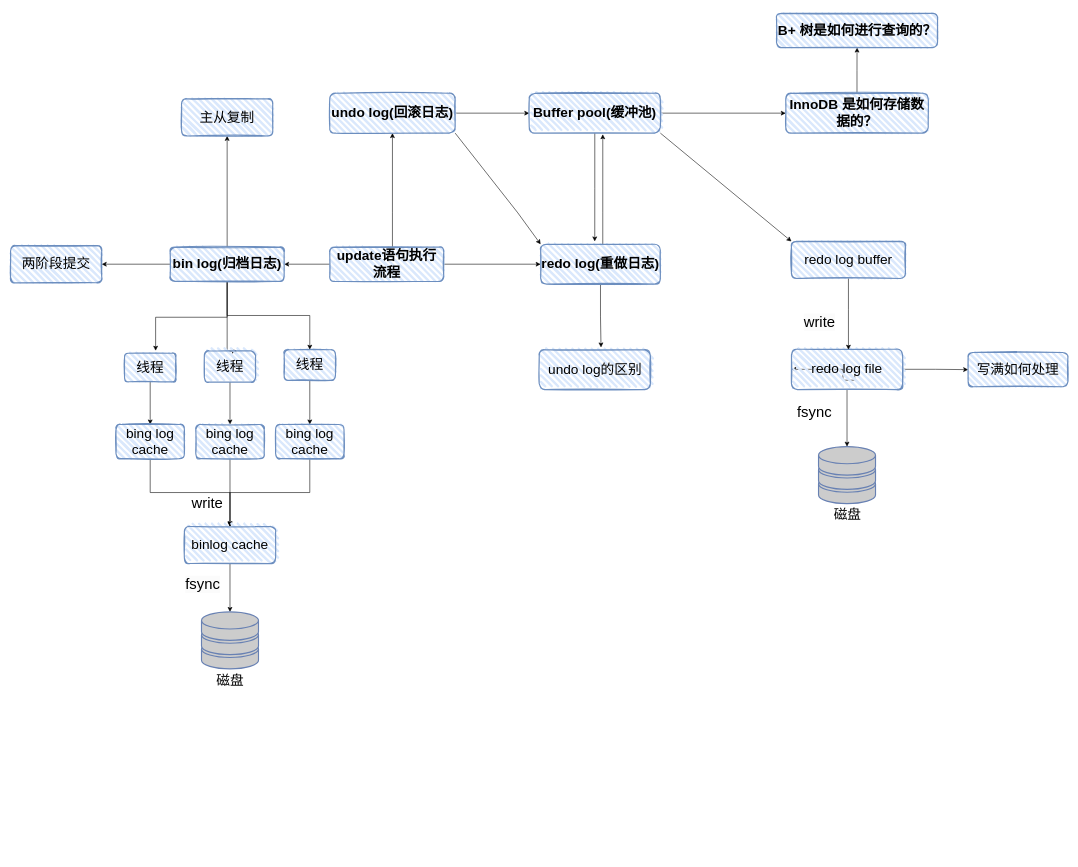
liuyaokeji/drawing keeps this draw.io diagram as MySQL/三大日志.drawio. Above is the earlier version. Source tidied: cells renumbered, new cells numbered last; positions are measured from the earlier drawing's top-left corner, leaving out a move shared by most shapes. Both pictures are drawn from the tidied source at 57%, with x=0, y=0 at pixel (10, 13).
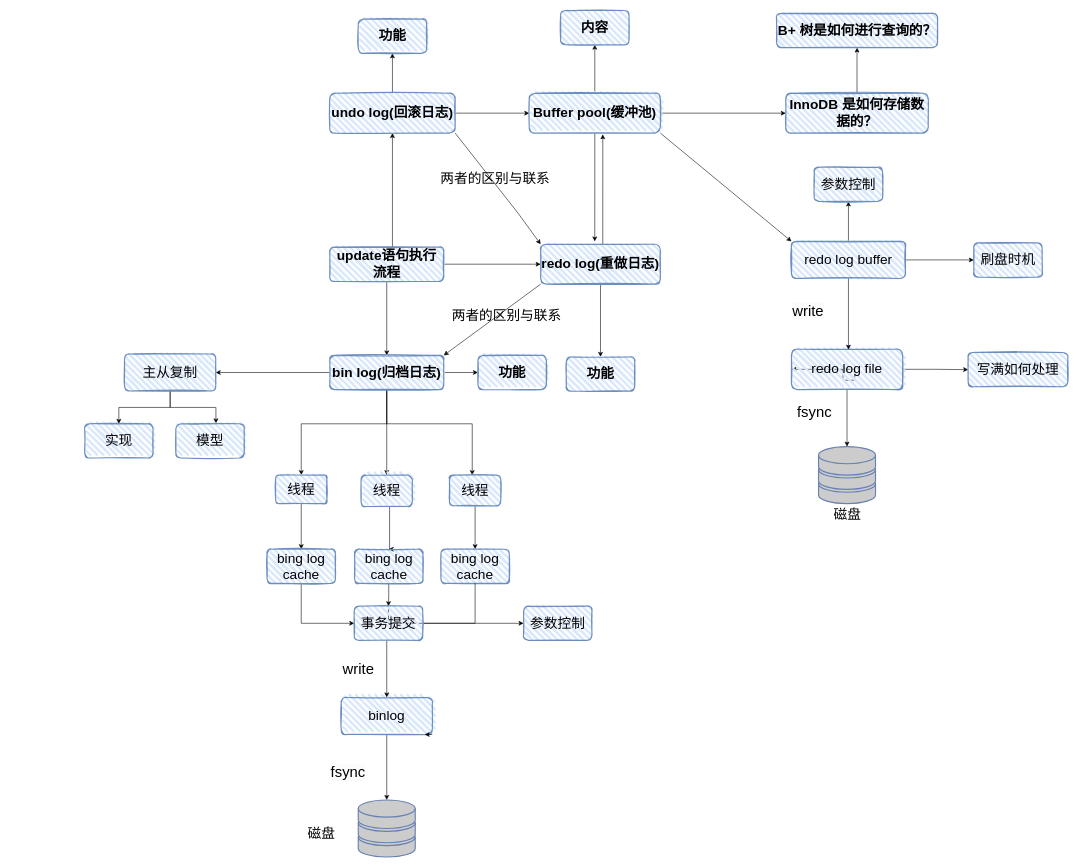
After the change.

Commit message (it also covers changes not shown here):
更新三大日志.drawio

Unchanged cells that the change refers to:
```xml
<mxCell id="5" value="update语句执行流程" style="rounded=1;whiteSpace=wrap;html=1;strokeWidth=2;fillWeight=4;hachureGap=8;hachureAngle=45;fillColor=#dae8fc;sketch=1;glass=0;strokeColor=#6c8ebf;fontSize=24;fontStyle=1;" parent="1" vertex="1">
  <mxGeometry x="560" y="410" width="200" height="60" as="geometry" />
</mxCell>
<mxCell id="7" value="undo log(回滚日志)" style="rounded=1;whiteSpace=wrap;html=1;strokeWidth=2;fillWeight=4;hachureGap=8;hachureAngle=45;fillColor=#dae8fc;sketch=1;glass=0;strokeColor=#6c8ebf;fontSize=24;fontStyle=1;" parent="1" vertex="1">
  <mxGeometry x="560" y="140" width="220" height="70" as="geometry" />
</mxCell>
<mxCell id="10" value="redo log(重做日志)" style="rounded=1;whiteSpace=wrap;html=1;strokeWidth=2;fillWeight=4;hachureGap=8;hachureAngle=45;fillColor=#dae8fc;sketch=1;glass=0;strokeColor=#6c8ebf;fontSize=24;fontStyle=1;" parent="1" vertex="1">
  <mxGeometry x="930" y="405" width="210" height="70" as="geometry" />
</mxCell>
<mxCell id="13" value="Buffer pool(缓冲池)" style="rounded=1;whiteSpace=wrap;html=1;strokeWidth=2;fillWeight=4;hachureGap=8;hachureAngle=45;fillColor=#dae8fc;sketch=1;glass=0;strokeColor=#6c8ebf;fontSize=24;fontStyle=1;" parent="1" vertex="1">
  <mxGeometry x="910" y="140" width="230" height="70" as="geometry" />
</mxCell>
<mxCell id="25" value="redo log buffer" style="whiteSpace=wrap;html=1;rounded=1;glass=0;sketch=1;fillWeight=4;hachureGap=8;hachureAngle=45;strokeColor=#6c8ebf;strokeWidth=2;fontFamily=Helvetica;fontSize=24;fontColor=default;fillColor=#dae8fc;" parent="1" vertex="1">
  <mxGeometry x="1370" y="400" width="200" height="65" as="geometry" />
</mxCell>
```

What changed in the source:
```diff
@@
-    <mxCell id="4" style="edgeStyle=orthogonalEdgeStyle;rounded=0;jettySize=auto;html=1;" parent="1" edge="1" source="5" target="34">
+    <mxCell id="4" style="edgeStyle=orthogonalEdgeStyle;rounded=0;jettySize=auto;html=1;entryX=0.5;entryY=0;entryDx=0;entryDy=0;fontSize=24;" parent="1" edge="1" source="5" target="34">
       <mxGeometry relative="1" as="geometry" />
     </mxCell>
@@
+    <mxCell id="57" style="edgeStyle=orthogonalEdgeStyle;rounded=0;jettySize=auto;html=1;" parent="1" edge="1" source="7" target="69">
+      <mxGeometry relative="1" as="geometry" />
+    </mxCell>
@@
-    <mxCell id="8" style="edgeStyle=orthogonalEdgeStyle;rounded=0;jettySize=auto;html=1;entryX=0.556;entryY=-0.057;entryDx=0;entryDy=0;entryPerimeter=0;fontSize=24;" parent="1" edge="1" source="10" target="22">
-      <mxGeometry relative="1" as="geometry" />
-    </mxCell>
@@
+    <mxCell id="58" style="edgeStyle=orthogonalEdgeStyle;rounded=0;jettySize=auto;html=1;fontSize=24;" parent="1" edge="1" source="10" target="72">
+      <mxGeometry relative="1" as="geometry" />
+    </mxCell>
@@
+    <mxCell id="59" style="edgeStyle=orthogonalEdgeStyle;rounded=0;jettySize=auto;html=1;fontSize=24;" parent="1" edge="1" source="13" target="71">
+      <mxGeometry relative="1" as="geometry" />
+    </mxCell>
@@
-    <mxCell id="22" value="undo log的区别" style="whiteSpace=wrap;html=1;rounded=1;glass=0;sketch=1;fillWeight=4;hachureGap=8;hachureAngle=45;strokeColor=#6c8ebf;strokeWidth=2;fontFamily=Helvetica;fontSize=24;fontColor=default;fillColor=#dae8fc;" parent="1" vertex="1">
-      <mxGeometry x="927.5" y="590" width="195" height="70" as="geometry" />
-    </mxCell>
@@
+    <mxCell id="60" style="edgeStyle=orthogonalEdgeStyle;rounded=0;jettySize=auto;html=1;fontSize=24;" parent="1" edge="1" source="25" target="73">
+      <mxGeometry relative="1" as="geometry" />
+    </mxCell>
+    <mxCell id="61" style="edgeStyle=orthogonalEdgeStyle;rounded=0;jettySize=auto;html=1;fontSize=24;" parent="1" edge="1" source="25" target="74">
+      <mxGeometry relative="1" as="geometry" />
+    </mxCell>
@@
-    <mxCell id="29" style="edgeStyle=orthogonalEdgeStyle;rounded=0;jettySize=auto;html=1;entryX=0.5;entryY=1;entryDx=0;entryDy=0;" parent="1" edge="1" source="34" target="35">
-      <mxGeometry relative="1" as="geometry" />
-    </mxCell>
-    <mxCell id="30" style="edgeStyle=orthogonalEdgeStyle;rounded=0;jettySize=auto;html=1;entryX=0.606;entryY=-0.087;entryDx=0;entryDy=0;entryPerimeter=0;" parent="1" edge="1" source="34" target="37">
-      <mxGeometry relative="1" as="geometry" />
+    <mxCell id="30" style="edgeStyle=orthogonalEdgeStyle;rounded=0;jettySize=auto;html=1;entryX=0.5;entryY=0;entryDx=0;entryDy=0;" parent="1" edge="1" source="34" target="37">
+      <mxGeometry relative="1" as="geometry">
+        <Array as="points">
+          <mxPoint x="660" y="720" />
+          <mxPoint x="510" y="720" />
+          <mxPoint x="510" y="810" />
+        </Array>
+      </mxGeometry>
     </mxCell>
-    <mxCell id="31" style="edgeStyle=orthogonalEdgeStyle;rounded=0;jettySize=auto;html=1;entryX=0.633;entryY=0.011;entryDx=0;entryDy=0;entryPerimeter=0;" parent="1" edge="1" source="34" target="41">
+    <mxCell id="31" style="edgeStyle=orthogonalEdgeStyle;rounded=0;jettySize=auto;html=1;entryX=0.5;entryY=0;entryDx=0;entryDy=0;" parent="1" edge="1" source="34" target="41">
       <mxGeometry relative="1" as="geometry">
         <Array as="points">
-          <mxPoint x="380" y="593" />
+          <mxPoint x="660" y="780" />
         </Array>
       </mxGeometry>
     </mxCell>
-    <mxCell id="32" style="edgeStyle=orthogonalEdgeStyle;rounded=0;jettySize=auto;html=1;entryX=0.5;entryY=0;entryDx=0;entryDy=0;" parent="1" edge="1" source="34" target="39">
+    <mxCell id="32" style="edgeStyle=orthogonalEdgeStyle;rounded=0;jettySize=auto;html=1;" parent="1" edge="1" source="34" target="39">
       <mxGeometry relative="1" as="geometry">
         <Array as="points">
-          <mxPoint x="380" y="530" />
-          <mxPoint x="525" y="530" />
+          <mxPoint x="660" y="720" />
+          <mxPoint x="810" y="720" />
         </Array>
       </mxGeometry>
     </mxCell>
-    <mxCell id="33" style="edgeStyle=orthogonalEdgeStyle;rounded=0;jettySize=auto;html=1;fontSize=26;" parent="1" edge="1" source="34" target="56">
-      <mxGeometry relative="1" as="geometry" />
-    </mxCell>
+    <mxCell id="29" style="edgeStyle=orthogonalEdgeStyle;rounded=0;jettySize=auto;html=1;entryX=1;entryY=0.5;entryDx=0;entryDy=0;fontSize=24;" parent="1" edge="1" source="34" target="35">
+      <mxGeometry relative="1" as="geometry" />
+    </mxCell>
+    <mxCell id="62" style="edgeStyle=orthogonalEdgeStyle;rounded=0;jettySize=auto;html=1;fontSize=24;" parent="1" edge="1" source="34" target="78">
+      <mxGeometry relative="1" as="geometry" />
+    </mxCell>
     <mxCell id="34" value="bin log(归档日志)" style="rounded=1;whiteSpace=wrap;html=1;strokeWidth=2;fillWeight=4;hachureGap=8;hachureAngle=45;fillColor=#dae8fc;sketch=1;glass=0;strokeColor=#6c8ebf;fontSize=24;fontStyle=1;" parent="1" vertex="1">
-      <mxGeometry x="280" y="410" width="200" height="60" as="geometry" />
+      <mxGeometry x="560" y="600" width="200" height="60" as="geometry" />
     </mxCell>
+    <mxCell id="63" style="edgeStyle=orthogonalEdgeStyle;rounded=0;jettySize=auto;html=1;" parent="1" edge="1" source="35" target="67">
+      <mxGeometry relative="1" as="geometry" />
+    </mxCell>
+    <mxCell id="64" style="edgeStyle=orthogonalEdgeStyle;rounded=0;jettySize=auto;html=1;entryX=0.586;entryY=-0.014;entryDx=0;entryDy=0;entryPerimeter=0;fontSize=24;" parent="1" edge="1" source="35" target="68">
+      <mxGeometry relative="1" as="geometry" />
+    </mxCell>
     <mxCell id="35" value="主从复制" style="whiteSpace=wrap;html=1;rounded=1;glass=0;sketch=1;fillWeight=4;hachureGap=8;hachureAngle=45;strokeColor=#6c8ebf;strokeWidth=2;fontFamily=Helvetica;fontSize=24;fontColor=default;fillColor=#dae8fc;" parent="1" vertex="1">
-      <mxGeometry x="300" y="150" width="160" height="65" as="geometry" />
+      <mxGeometry x="200" y="597.5" width="160" height="65" as="geometry" />
     </mxCell>
@@
     <mxCell id="37" value="线程" style="whiteSpace=wrap;html=1;rounded=1;glass=0;sketch=1;fillWeight=4;hachureGap=8;hachureAngle=45;strokeColor=#6c8ebf;strokeWidth=2;fontFamily=Helvetica;fontSize=24;fontColor=default;fillColor=#dae8fc;" parent="1" vertex="1">
-      <mxGeometry x="200" y="596.2" width="90" height="50" as="geometry" />
+      <mxGeometry x="465" y="810" width="90" height="50" as="geometry" />
     </mxCell>
-    <mxCell id="38" style="edgeStyle=orthogonalEdgeStyle;rounded=0;jettySize=auto;html=1;entryX=0.5;entryY=0;entryDx=0;entryDy=0;" parent="1" edge="1" source="39" target="47">
+    <mxCell id="38" style="edgeStyle=orthogonalEdgeStyle;rounded=0;jettySize=auto;html=1;entryX=0.5;entryY=0;entryDx=0;entryDy=0;fontSize=24;" parent="1" edge="1" source="39" target="47">
       <mxGeometry relative="1" as="geometry" />
     </mxCell>
     <mxCell id="39" value="线程" style="whiteSpace=wrap;html=1;rounded=1;glass=0;sketch=1;fillWeight=4;hachureGap=8;hachureAngle=45;strokeColor=#6c8ebf;strokeWidth=2;fontFamily=Helvetica;fontSize=24;fontColor=default;fillColor=#dae8fc;" parent="1" vertex="1">
-      <mxGeometry x="480" y="590" width="90" height="53.8" as="geometry" />
+      <mxGeometry x="770" y="810" width="90" height="53.8" as="geometry" />
     </mxCell>
     <mxCell id="40" style="edgeStyle=orthogonalEdgeStyle;rounded=0;jettySize=auto;html=1;entryX=0.5;entryY=0;entryDx=0;entryDy=0;" parent="1" edge="1" source="41" target="45">
-      <mxGeometry relative="1" as="geometry" />
+      <mxGeometry relative="1" as="geometry">
+        <Array as="points">
+          <mxPoint x="665" y="870" />
+          <mxPoint x="665" y="870" />
+        </Array>
+      </mxGeometry>
     </mxCell>
     <mxCell id="41" value="线程" style="whiteSpace=wrap;html=1;rounded=1;glass=0;sketch=1;fillWeight=4;hachureGap=8;hachureAngle=45;strokeColor=#6c8ebf;strokeWidth=2;fontFamily=Helvetica;fontSize=24;fontColor=default;fillColor=#dae8fc;" parent="1" vertex="1">
-      <mxGeometry x="340" y="591.9" width="90" height="55" as="geometry" />
+      <mxGeometry x="615" y="810" width="90" height="55" as="geometry" />
     </mxCell>
-    <mxCell id="42" style="edgeStyle=orthogonalEdgeStyle;rounded=0;jettySize=auto;html=1;entryX=0.5;entryY=0;entryDx=0;entryDy=0;" parent="1" edge="1" source="43" target="49">
-      <mxGeometry relative="1" as="geometry" />
-    </mxCell>
+    <mxCell id="65" style="edgeStyle=orthogonalEdgeStyle;rounded=0;jettySize=auto;html=1;fontSize=24;entryX=0;entryY=0.5;entryDx=0;entryDy=0;" parent="1" edge="1" source="43" target="83">
+      <mxGeometry relative="1" as="geometry">
+        <Array as="points">
+          <mxPoint x="510" y="1070" />
+        </Array>
+      </mxGeometry>
+    </mxCell>
     <mxCell id="43" value="bing log cache" style="whiteSpace=wrap;html=1;fontSize=24;fillColor=#dae8fc;strokeColor=#6c8ebf;rounded=1;glass=0;sketch=1;fillWeight=4;hachureGap=8;hachureAngle=45;strokeWidth=2;" parent="1" vertex="1">
-      <mxGeometry x="185" y="721.2" width="120" height="60" as="geometry" />
+      <mxGeometry x="450" y="940" width="120" height="60" as="geometry" />
     </mxCell>
-    <mxCell id="44" style="edgeStyle=orthogonalEdgeStyle;rounded=0;jettySize=auto;html=1;entryX=0.5;entryY=0;entryDx=0;entryDy=0;" parent="1" edge="1" source="45" target="49">
-      <mxGeometry relative="1" as="geometry" />
-    </mxCell>
-    <mxCell id="45" value="bing log cache" style="whiteSpace=wrap;html=1;fontSize=24;fillColor=#dae8fc;strokeColor=#6c8ebf;rounded=1;glass=0;sketch=1;fillWeight=4;hachureGap=8;hachureAngle=45;strokeWidth=2;" parent="1" vertex="1">
-      <mxGeometry x="325" y="721.2" width="120" height="60" as="geometry" />
-    </mxCell>
-    <mxCell id="46" style="edgeStyle=orthogonalEdgeStyle;rounded=0;jettySize=auto;html=1;entryX=0.5;entryY=0;entryDx=0;entryDy=0;" parent="1" edge="1" source="47" target="49">
-      <mxGeometry relative="1" as="geometry" />
-    </mxCell>
-    <mxCell id="47" value="bing log cache" style="whiteSpace=wrap;html=1;fontSize=24;fillColor=#dae8fc;strokeColor=#6c8ebf;rounded=1;glass=0;sketch=1;fillWeight=4;hachureGap=8;hachureAngle=45;strokeWidth=2;" parent="1" vertex="1">
-      <mxGeometry x="465" y="721.2" width="120" height="60" as="geometry" />
-    </mxCell>
-    <mxCell id="48" style="edgeStyle=orthogonalEdgeStyle;rounded=0;jettySize=auto;html=1;entryX=0.5;entryY=0;entryDx=0;entryDy=0;entryPerimeter=0;fontSize=26;" parent="1" edge="1" source="49" target="53">
+    <mxCell id="48" style="edgeStyle=orthogonalEdgeStyle;rounded=0;jettySize=auto;html=1;entryX=0.5;entryY=0;entryDx=0;entryDy=0;entryPerimeter=0;fontSize=24;" parent="1" edge="1" source="49" target="53">
       <mxGeometry relative="1" as="geometry" />
     </mxCell>
-    <mxCell id="49" value="binlog cache" style="whiteSpace=wrap;html=1;rounded=1;glass=0;sketch=1;fillWeight=4;hachureGap=8;hachureAngle=45;strokeColor=#6c8ebf;strokeWidth=2;fontFamily=Helvetica;fontSize=24;fontColor=default;fillColor=#dae8fc;" parent="1" vertex="1">
-      <mxGeometry x="305" y="900" width="160" height="65" as="geometry" />
+    <mxCell id="49" value="binlog " style="whiteSpace=wrap;html=1;rounded=1;glass=0;sketch=1;fillWeight=4;hachureGap=8;hachureAngle=45;strokeColor=#6c8ebf;strokeWidth=2;fontFamily=Helvetica;fontSize=24;fontColor=default;fillColor=#dae8fc;" parent="1" vertex="1">
+      <mxGeometry x="580" y="1200" width="160" height="65" as="geometry" />
     </mxCell>
     <mxCell id="50" value="&lt;font style=&quot;font-size: 26px;&quot;&gt;write&lt;/font&gt;" style="text;html=1;align=center;verticalAlign=middle;strokeColor=none;fillColor=none;" parent="1" vertex="1">
-      <mxGeometry x="305" y="840" width="80" height="40" as="geometry" />
+      <mxGeometry x="570" y="1130" width="80" height="40" as="geometry" />
     </mxCell>
     <mxCell id="51" value="&lt;span style=&quot;color: rgb(0, 0, 0); font-family: Helvetica; font-size: 26px; font-style: normal; font-variant-ligatures: normal; font-variant-caps: normal; font-weight: 400; letter-spacing: normal; orphans: 2; text-align: center; text-indent: 0px; text-transform: none; widows: 2; word-spacing: 0px; -webkit-text-stroke-width: 0px; background-color: rgb(251, 251, 251); text-decoration-thickness: initial; text-decoration-style: initial; text-decoration-color: initial; float: none; display: inline !important;&quot;&gt;write&lt;/span&gt;" style="text;whiteSpace=wrap;html=1;fontSize=26;" parent="1" vertex="1">
-      <mxGeometry x="1390" y="520" width="90" height="50" as="geometry" />
+      <mxGeometry x="1370" y="500" width="90" height="50" as="geometry" />
     </mxCell>
@@
     <mxCell id="53" style="fontColor=#0066CC;verticalAlign=top;verticalLabelPosition=bottom;labelPosition=center;align=center;html=1;outlineConnect=0;fillColor=#CCCCCC;strokeColor=#6881B3;gradientColor=none;gradientDirection=north;strokeWidth=2;shape=mxgraph.networks.storage;fontSize=24;" parent="1" vertex="1">
-      <mxGeometry x="335" y="1050" width="100" height="100" as="geometry" />
+      <mxGeometry x="610" y="1380" width="100" height="100" as="geometry" />
     </mxCell>
     <mxCell id="54" value="磁盘" style="text;html=1;align=center;verticalAlign=middle;strokeColor=none;fillColor=none;fontSize=24;" parent="1" vertex="1">
-      <mxGeometry x="350" y="1150" width="70" height="40" as="geometry" />
+      <mxGeometry x="510" y="1420" width="70" height="40" as="geometry" />
     </mxCell>
     <mxCell id="55" value="&lt;span style=&quot;color: rgb(0, 0, 0); font-family: Helvetica; font-size: 26px; font-style: normal; font-variant-ligatures: normal; font-variant-caps: normal; font-weight: 400; letter-spacing: normal; orphans: 2; text-align: center; text-indent: 0px; text-transform: none; widows: 2; word-spacing: 0px; -webkit-text-stroke-width: 0px; background-color: rgb(251, 251, 251); text-decoration-thickness: initial; text-decoration-style: initial; text-decoration-color: initial; float: none; display: inline !important;&quot;&gt;fsync&lt;/span&gt;" style="text;whiteSpace=wrap;html=1;fontSize=26;" parent="1" vertex="1">
-      <mxGeometry x="305" y="980" width="90" height="50" as="geometry" />
+      <mxGeometry x="560" y="1310" width="90" height="50" as="geometry" />
     </mxCell>
-    <mxCell id="56" value="两阶段提交" style="whiteSpace=wrap;html=1;rounded=1;glass=0;sketch=1;fillWeight=4;hachureGap=8;hachureAngle=45;strokeColor=#6c8ebf;strokeWidth=2;fontFamily=Helvetica;fontSize=24;fontColor=default;fillColor=#dae8fc;" parent="1" vertex="1">
-      <mxGeometry y="407.5" width="160" height="65" as="geometry" />
-    </mxCell>
+    <mxCell id="47" value="bing log cache" style="whiteSpace=wrap;html=1;fontSize=24;fillColor=#dae8fc;strokeColor=#6c8ebf;rounded=1;glass=0;sketch=1;fillWeight=4;hachureGap=8;hachureAngle=45;strokeWidth=2;" parent="1" vertex="1">
+      <mxGeometry x="755" y="940" width="120" height="60" as="geometry" />
+    </mxCell>
+    <mxCell id="66" style="edgeStyle=orthogonalEdgeStyle;rounded=0;jettySize=auto;html=1;entryX=0.5;entryY=0;entryDx=0;entryDy=0;fontSize=24;" parent="1" edge="1" source="45" target="83">
+      <mxGeometry relative="1" as="geometry" />
+    </mxCell>
+    <mxCell id="45" value="bing log cache" style="whiteSpace=wrap;html=1;fontSize=24;fillColor=#dae8fc;strokeColor=#6c8ebf;rounded=1;glass=0;sketch=1;fillWeight=4;hachureGap=8;hachureAngle=45;strokeWidth=2;" parent="1" vertex="1">
+      <mxGeometry x="603.5" y="940" width="120" height="60" as="geometry" />
+    </mxCell>
+    <mxCell id="67" value="实现" style="whiteSpace=wrap;html=1;fontSize=24;fillColor=#dae8fc;strokeColor=#6c8ebf;rounded=1;glass=0;sketch=1;fillWeight=4;hachureGap=8;hachureAngle=45;strokeWidth=2;" parent="1" vertex="1">
+      <mxGeometry x="130" y="720" width="120" height="60" as="geometry" />
+    </mxCell>
+    <mxCell id="68" value="模型" style="whiteSpace=wrap;html=1;rounded=1;glass=0;sketch=1;fillWeight=4;hachureGap=8;hachureAngle=45;strokeColor=#6c8ebf;strokeWidth=2;fontFamily=Helvetica;fontSize=24;fontColor=default;fillColor=#dae8fc;" parent="1" vertex="1">
+      <mxGeometry x="290" y="720" width="120" height="60" as="geometry" />
+    </mxCell>
+    <mxCell id="69" value="功能" style="whiteSpace=wrap;html=1;fontSize=24;fillColor=#dae8fc;strokeColor=#6c8ebf;rounded=1;strokeWidth=2;fillWeight=4;hachureGap=8;hachureAngle=45;sketch=1;glass=0;fontStyle=1;" parent="1" vertex="1">
+      <mxGeometry x="610" y="10" width="120" height="60" as="geometry" />
+    </mxCell>
+    <mxCell id="70" value="&lt;font style=&quot;font-size: 24px;&quot;&gt;两者的区别与联系&lt;/font&gt;" style="text;html=1;align=center;verticalAlign=middle;strokeColor=none;fillColor=none;" parent="1" vertex="1">
+      <mxGeometry x="740" y="270" width="220" height="40" as="geometry" />
+    </mxCell>
+    <mxCell id="71" value="内容" style="whiteSpace=wrap;html=1;fontSize=24;fillColor=#dae8fc;strokeColor=#6c8ebf;rounded=1;strokeWidth=2;fillWeight=4;hachureGap=8;hachureAngle=45;sketch=1;glass=0;fontStyle=1;" parent="1" vertex="1">
+      <mxGeometry x="965" y="-5" width="120" height="60" as="geometry" />
+    </mxCell>
+    <mxCell id="72" value="功能" style="whiteSpace=wrap;html=1;fontSize=24;fillColor=#dae8fc;strokeColor=#6c8ebf;rounded=1;strokeWidth=2;fillWeight=4;hachureGap=8;hachureAngle=45;sketch=1;glass=0;fontStyle=1;" parent="1" vertex="1">
+      <mxGeometry x="975" y="602.5" width="120" height="60" as="geometry" />
+    </mxCell>
+    <mxCell id="73" value="参数控制" style="whiteSpace=wrap;html=1;fontSize=24;fillColor=#dae8fc;strokeColor=#6c8ebf;rounded=1;glass=0;sketch=1;fillWeight=4;hachureGap=8;hachureAngle=45;strokeWidth=2;" parent="1" vertex="1">
+      <mxGeometry x="1410" y="270" width="120" height="60" as="geometry" />
+    </mxCell>
+    <mxCell id="74" value="刷盘时机" style="whiteSpace=wrap;html=1;fontSize=24;fillColor=#dae8fc;strokeColor=#6c8ebf;rounded=1;glass=0;sketch=1;fillWeight=4;hachureGap=8;hachureAngle=45;strokeWidth=2;" parent="1" vertex="1">
+      <mxGeometry x="1690" y="402.5" width="120" height="60" as="geometry" />
+    </mxCell>
+    <mxCell id="75" value="参数控制" style="whiteSpace=wrap;html=1;fontSize=24;fillColor=#dae8fc;strokeColor=#6c8ebf;rounded=1;glass=0;sketch=1;fillWeight=4;hachureGap=8;hachureAngle=45;strokeWidth=2;" parent="1" vertex="1">
+      <mxGeometry x="900" y="1040" width="120" height="60" as="geometry" />
+    </mxCell>
+    <mxCell id="76" style="endArrow=classic;html=1;rounded=0;entryX=1;entryY=0;entryDx=0;entryDy=0;exitX=0;exitY=1;exitDx=0;exitDy=0;" parent="1" edge="1" source="10" target="34">
+      <mxGeometry relative="1" as="geometry" />
+    </mxCell>
+    <mxCell id="77" value="&lt;font style=&quot;font-size: 24px;&quot;&gt;两者的区别与联系&lt;/font&gt;" style="text;html=1;align=center;verticalAlign=middle;strokeColor=none;fillColor=none;" parent="1" vertex="1">
+      <mxGeometry x="760" y="510" width="220" height="40" as="geometry" />
+    </mxCell>
+    <mxCell id="78" value="功能" style="whiteSpace=wrap;html=1;fontSize=24;fillColor=#dae8fc;strokeColor=#6c8ebf;rounded=1;strokeWidth=2;fillWeight=4;hachureGap=8;hachureAngle=45;sketch=1;glass=0;fontStyle=1;" parent="1" vertex="1">
+      <mxGeometry x="820" y="600" width="120" height="60" as="geometry" />
+    </mxCell>
+    <mxCell id="79" style="edgeStyle=orthogonalEdgeStyle;rounded=0;orthogonalLoop=1;jettySize=auto;html=1;exitX=1;exitY=1;exitDx=0;exitDy=0;entryX=0.916;entryY=1.003;entryDx=0;entryDy=0;entryPerimeter=0;fontSize=24;" parent="1" edge="1" source="49" target="49">
+      <mxGeometry relative="1" as="geometry" />
+    </mxCell>
+    <mxCell id="80" style="edgeStyle=orthogonalEdgeStyle;rounded=0;jettySize=auto;html=1;entryX=0.5;entryY=0;entryDx=0;entryDy=0;fontSize=24;endArrow=none;" parent="1" edge="1" source="47" target="83">
+      <mxGeometry relative="1" as="geometry">
+        <Array as="points">
+          <mxPoint x="815" y="1070" />
+        </Array>
+      </mxGeometry>
+    </mxCell>
+    <mxCell id="81" style="edgeStyle=orthogonalEdgeStyle;rounded=0;jettySize=auto;html=1;entryX=0.5;entryY=0;entryDx=0;entryDy=0;fontSize=24;" parent="1" edge="1" source="83" target="49">
+      <mxGeometry relative="1" as="geometry">
+        <Array as="points">
+          <mxPoint x="660" y="1120" />
+          <mxPoint x="660" y="1120" />
+        </Array>
+      </mxGeometry>
+    </mxCell>
+    <mxCell id="82" style="edgeStyle=orthogonalEdgeStyle;rounded=0;jettySize=auto;html=1;fontSize=24;" parent="1" edge="1" source="83" target="75">
+      <mxGeometry relative="1" as="geometry" />
+    </mxCell>
+    <mxCell id="83" value="事务提交" style="whiteSpace=wrap;html=1;rounded=1;glass=0;sketch=1;fillWeight=4;hachureGap=8;hachureAngle=45;strokeColor=#6c8ebf;strokeWidth=2;fontFamily=Helvetica;fontSize=24;fontColor=default;fillColor=#dae8fc;" parent="1" vertex="1">
+      <mxGeometry x="603" y="1040" width="120" height="60" as="geometry" />
+    </mxCell>
```
